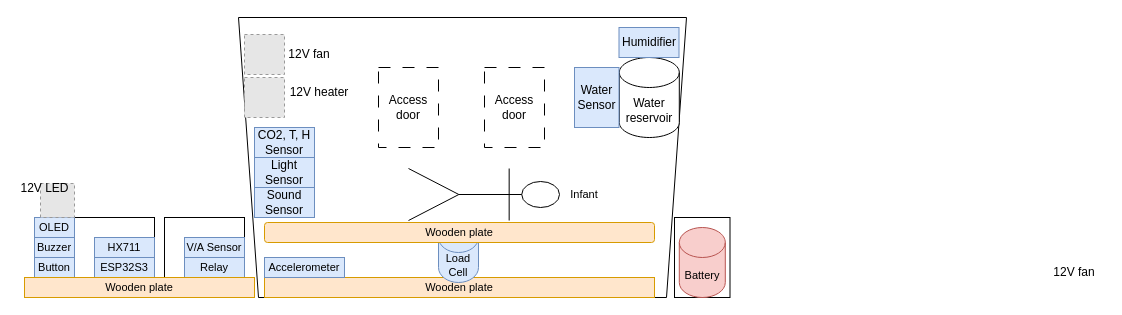
This is sensor_placement_diagram.drawio from goblingift/DrawIO, a draw.io file, before an edit. Source tidied: cells renumbered, new cells numbered last; positions are measured from the earlier drawing's top-left corner, leaving out a move shared by most shapes. Both pictures are drawn from the tidied source at 100%, with x=0, y=0 at pixel (16, 17). Pictures stored in the file or linked from it are replaced by grey dashed boxes.
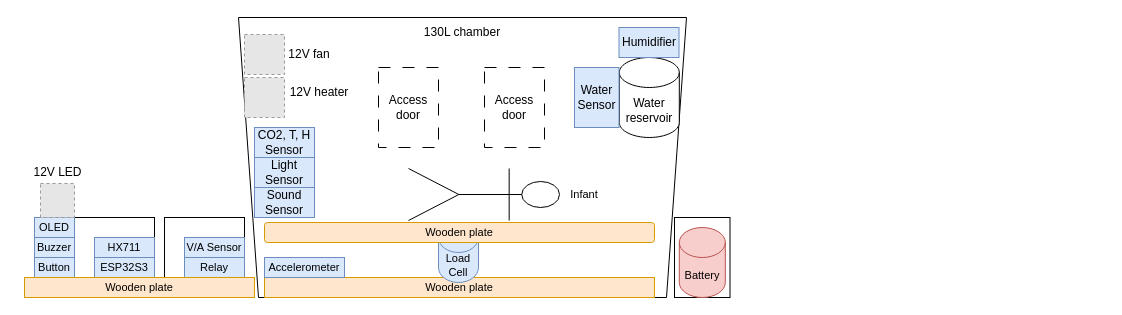
Above is the later version.

The edit, as a diff of the source:
```diff
@@
-    <mxCell id="28" value="12V fan" style="text;html=1;whiteSpace=wrap;strokeColor=none;fillColor=none;align=center;verticalAlign=middle;rounded=0;" parent="1" vertex="1">
-      <mxGeometry x="1028" y="240" width="60" height="30" as="geometry" />
-    </mxCell>
@@
     <mxCell id="32" value="12V LED" style="text;html=1;whiteSpace=wrap;strokeColor=none;fillColor=none;align=center;verticalAlign=middle;rounded=0;" parent="1" vertex="1">
-      <mxGeometry x="0.5" y="156" width="55" height="30" as="geometry" />
+      <mxGeometry x="13.5" y="140" width="55" height="30" as="geometry" />
     </mxCell>
@@
+    <mxCell id="38" value="130L chamber" style="text;html=1;whiteSpace=wrap;strokeColor=none;fillColor=none;align=center;verticalAlign=middle;rounded=0;" parent="1" vertex="1">
+      <mxGeometry x="405" width="82" height="30" as="geometry" />
+    </mxCell>
```
